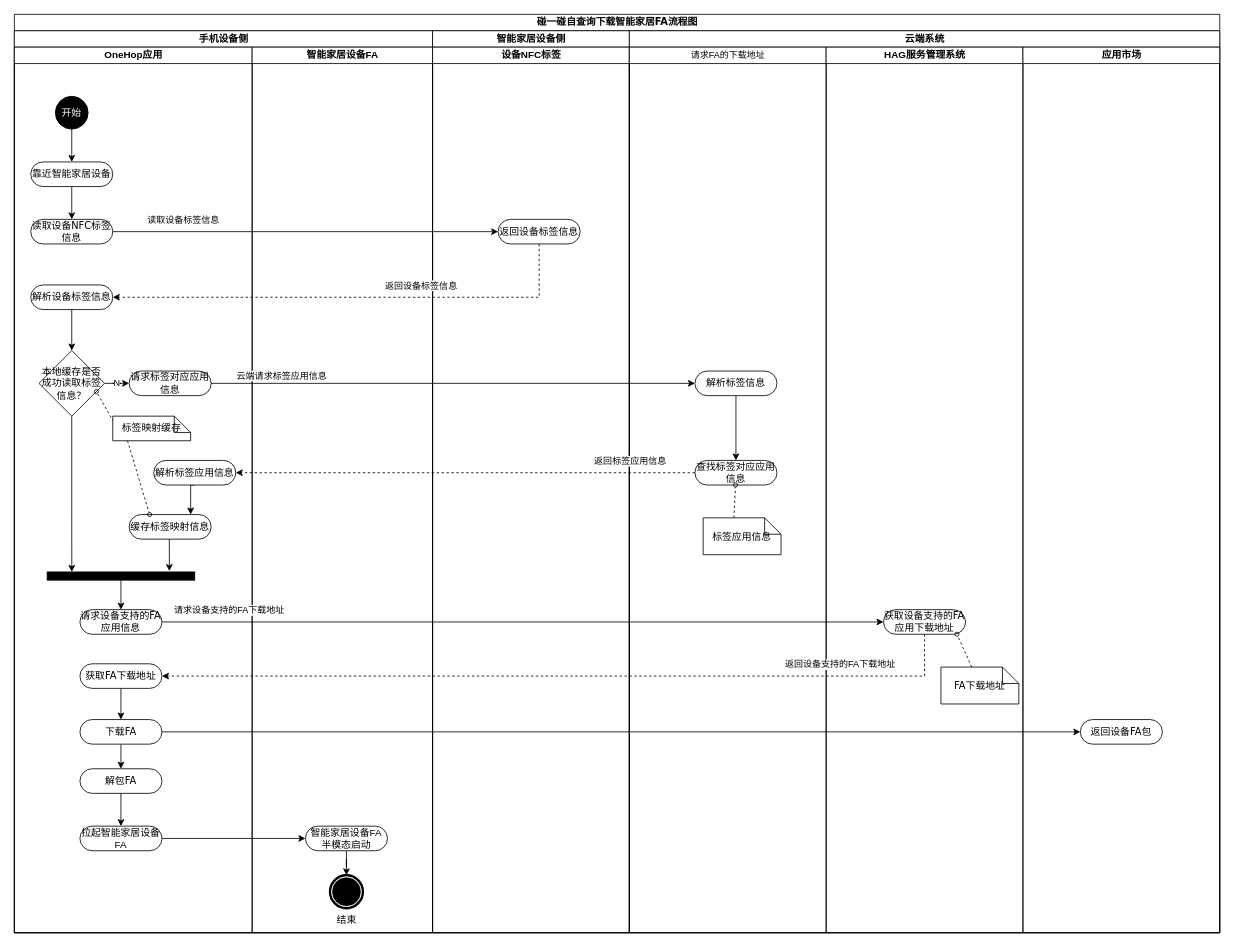
Before: draw/智能家居配网碰一碰拉起FA流程.drawio in befairyliu/draw.io, a draw.io diagram. Source tidied: cells renumbered, new cells numbered last; positions are measured from the earlier drawing's top-left corner, leaving out a move shared by most shapes. Both pictures are drawn from the tidied source at 82%, with x=0, y=0 at pixel (14, 14).
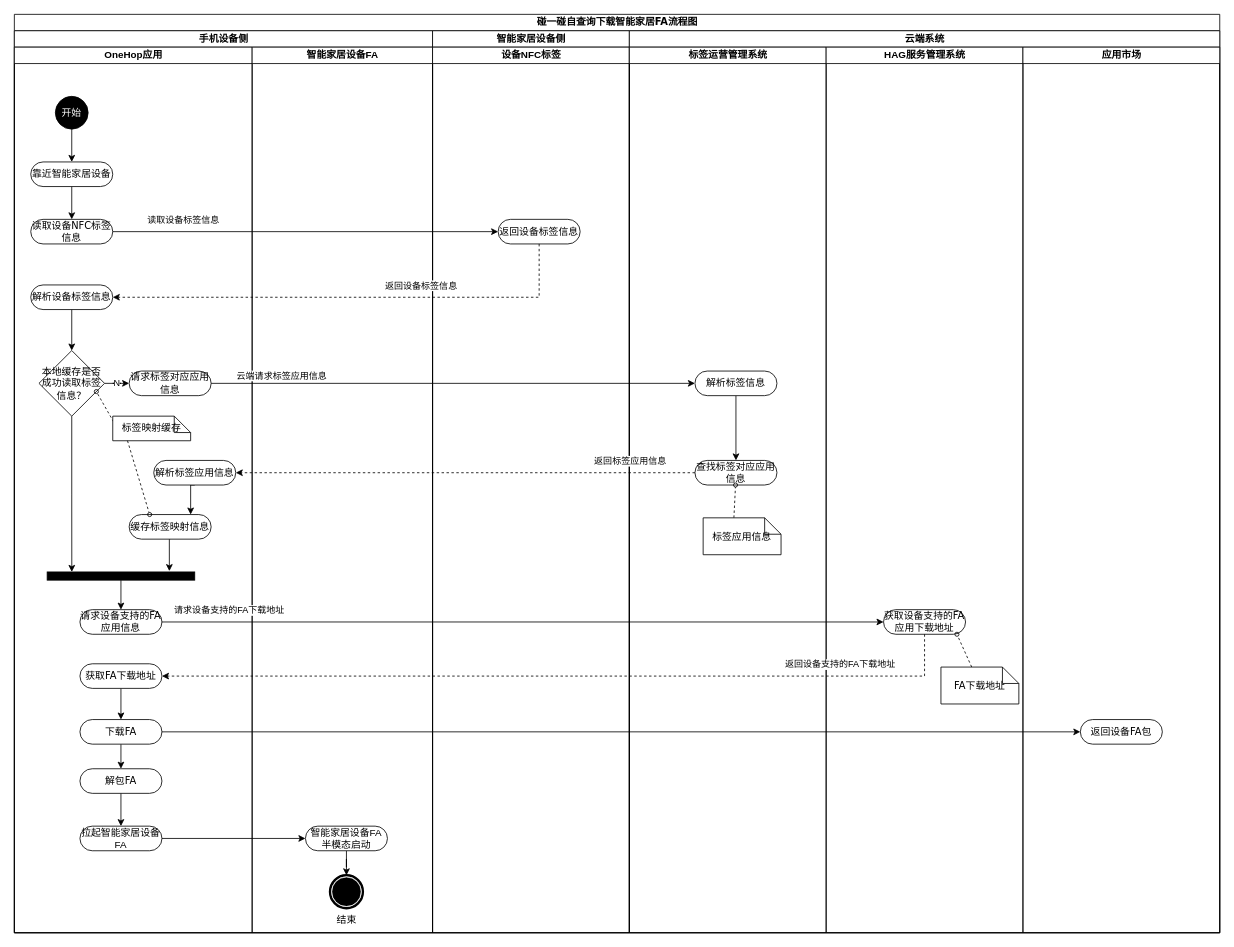
The same page after the edit.

Commit message (it also covers changes not shown here):
Update 智能家居配网碰一碰拉起FA流程.drawio

The change refers to these unchanged cells:
```xml
<mxCell id="47" value="云端系统" style="swimlane;html=1;startSize=20;" parent="2" vertex="1">
  <mxGeometry x="750" y="20" width="720" height="1100" as="geometry" />
</mxCell>
```

What changed in the source:
```diff
@@
-    <mxCell id="48" value="&#10;&#10;&lt;span style=&quot;color: rgb(0, 0, 0); font-family: helvetica; font-size: 11px; font-style: normal; font-weight: 400; letter-spacing: normal; text-align: center; text-indent: 0px; text-transform: none; word-spacing: 0px; background-color: rgb(255, 255, 255); display: inline; float: none;&quot;&gt;请求FA的下载地址&lt;/span&gt;&#10;&#10;" style="swimlane;html=1;startSize=20;" parent="47" vertex="1">
+    <mxCell id="48" value="标签运营管理系统" style="swimlane;html=1;startSize=20;" parent="47" vertex="1">
       <mxGeometry y="20" width="240" height="1080" as="geometry" />
     </mxCell>
```
